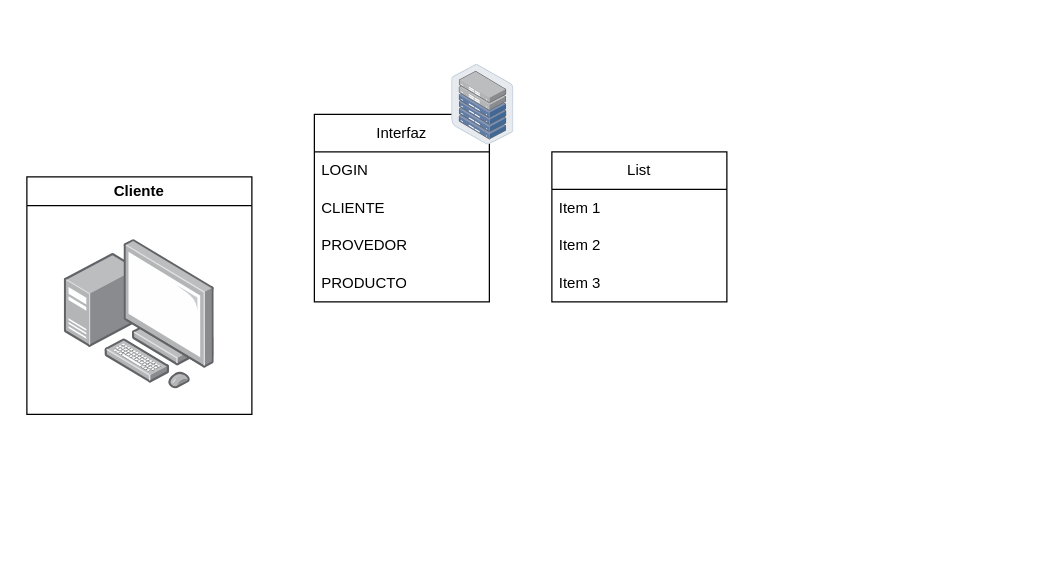
GonzaloAdami/YoProgramo2022 keeps this draw.io diagram as ArquitecturaWeb.drawio. Above is the earlier version. Source tidied: cells renumbered, new cells numbered last; positions are measured from the earlier drawing's top-left corner, leaving out a move shared by most shapes. Both pictures are drawn from the tidied source at 125%, with x=0, y=0 at pixel (26, 64). Pictures stored in the file or linked from it are replaced by grey dashed boxes.
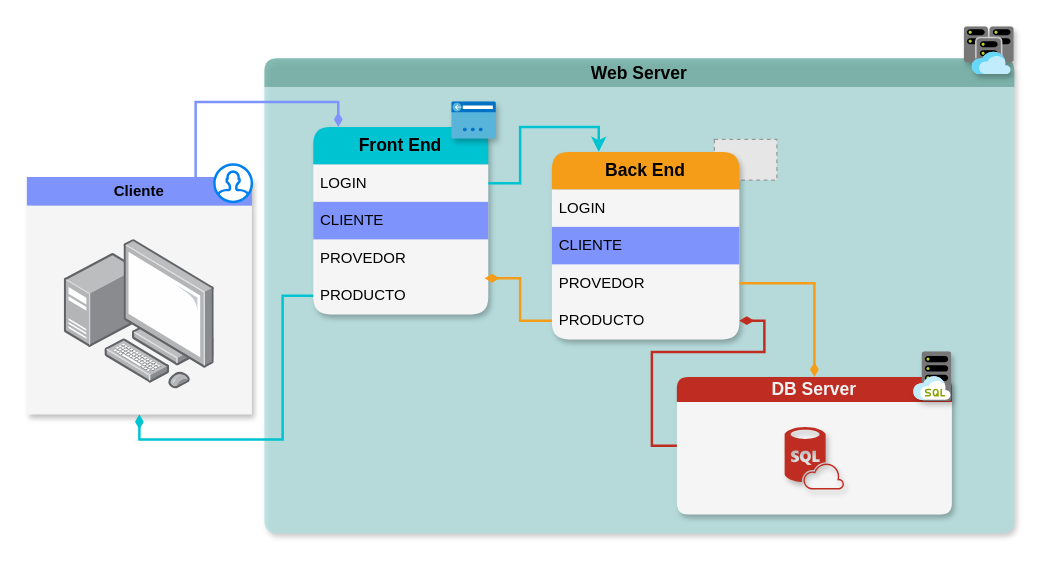
The same page after the edit.

The change refers to these unchanged cells:
```xml
<mxCell id="5" value="LOGIN" style="text;strokeColor=none;fillColor=none;align=left;verticalAlign=middle;spacingLeft=4;spacingRight=4;overflow=hidden;points=[[0,0.5],[1,0.5]];portConstraint=eastwest;whiteSpace=wrap;html=1;" parent="4" vertex="1">
  <mxGeometry y="30" width="140" height="30" as="geometry" />
</mxCell>
<mxCell id="8" value="PRODUCTO" style="text;strokeColor=none;fillColor=none;align=left;verticalAlign=middle;spacingLeft=4;spacingRight=4;overflow=hidden;points=[[0,0.5],[1,0.5]];portConstraint=eastwest;whiteSpace=wrap;html=1;" parent="4" vertex="1">
  <mxGeometry y="120" width="140" height="30" as="geometry" />
</mxCell>
```

The edit, as a diff of the source:
```diff
@@
-    <mxCell id="2" value="Cliente" style="swimlane;whiteSpace=wrap;html=1;" parent="1" vertex="1">
-      <mxGeometry y="90" width="180" height="190" as="geometry" />
-    </mxCell>
-    <mxCell id="3" style="html=1;align=center;shadow=0;dashed=0;image;image=img/lib/allied_telesis/computer_and_terminals/Personal_Computer_with_Server.svg;" parent="2" vertex="1">
-      <mxGeometry x="30" y="50" width="120" height="120" as="geometry" />
-    </mxCell>
+    <mxCell id="14" value="&lt;font style=&quot;font-size: 14px;&quot;&gt;Web Server&lt;/font&gt;" style="swimlane;whiteSpace=wrap;html=1;rounded=1;shadow=1;glass=0;sketch=0;swimlaneFillColor=#B1DEDE;opacity=80;fillColor=#67AB9F;strokeColor=none;startSize=23;" parent="1" vertex="1">
+      <mxGeometry x="190" y="-5" width="600" height="380" as="geometry" />
+    </mxCell>
+    <mxCell id="15" value="&lt;font style=&quot;font-size: 14px;&quot;&gt;DB Server&lt;/font&gt;" style="swimlane;whiteSpace=wrap;html=1;rounded=1;shadow=1;glass=0;sketch=0;strokeColor=none;fillColor=#BF2D22;startSize=20;swimlaneFillColor=#F5F5F5;fontColor=#F2F2F2;" parent="14" vertex="1">
+      <mxGeometry x="330" y="255" width="220" height="110" as="geometry" />
+    </mxCell>
+    <mxCell id="16" style="verticalLabelPosition=bottom;html=1;verticalAlign=top;align=center;strokeColor=none;fillColor=#BF2D22;shape=mxgraph.azure.sql_database_sql_azure;rounded=1;shadow=1;glass=0;sketch=0;" parent="15" vertex="1">
+      <mxGeometry x="86.2" y="40" width="47.5" height="50" as="geometry" />
+    </mxCell>
+    <mxCell id="17" style="sketch=0;html=1;align=center;image;fontSize=12;image=img/lib/mscae/SQL_Managed_Instances.svg;rounded=1;shadow=1;glass=0;strokeColor=#67AB9F;strokeWidth=2;fontColor=#F2F2F2;fillColor=#00C3D1;gradientColor=none;" parent="15" vertex="1">
+      <mxGeometry x="189.6" y="-20" width="30.4" height="40" as="geometry" />
+    </mxCell>
-    <mxCell id="4" value="Interfaz" style="swimlane;fontStyle=0;horizontal=1;startSize=30;whiteSpace=wrap;html=1;" parent="1" vertex="1">
-      <mxGeometry x="230" y="40" width="140" height="150" as="geometry" />
+    <mxCell id="4" value="&lt;font size=&quot;1&quot; style=&quot;vertical-align: inherit;&quot;&gt;&lt;b style=&quot;font-size: 14px;&quot;&gt;Front End&lt;/b&gt;&lt;/font&gt;" style="swimlane;fontStyle=0;horizontal=1;startSize=30;whiteSpace=wrap;html=1;fillColor=#00C3D1;strokeColor=none;rounded=1;shadow=1;swimlaneFillColor=#F5F5F5;" parent="14" vertex="1">
+      <mxGeometry x="39.1" y="55" width="140" height="150" as="geometry" />
     </mxCell>
@@
-    <mxCell id="6" value="CLIENTE" style="text;strokeColor=none;fillColor=none;align=left;verticalAlign=middle;spacingLeft=4;spacingRight=4;overflow=hidden;whiteSpace=wrap;html=1;" parent="4" vertex="1">
+    <mxCell id="6" value="CLIENTE" style="text;strokeColor=none;fillColor=#7E93FC;align=left;verticalAlign=middle;spacingLeft=4;spacingRight=4;overflow=hidden;whiteSpace=wrap;html=1;" parent="4" vertex="1">
       <mxGeometry y="60" width="140" height="30" as="geometry" />
     </mxCell>
@@
+    <mxCell id="18" style="sketch=0;html=1;align=center;image;fontSize=12;image=img/lib/mscae/Virtual_Clusters.svg;rounded=1;shadow=1;glass=0;strokeColor=#67AB9F;strokeWidth=2;fontColor=#F2F2F2;fillColor=#00C3D1;gradientColor=none;" parent="14" vertex="1">
+      <mxGeometry x="560" y="-25" width="40" height="38.4" as="geometry" />
+    </mxCell>
+    <mxCell id="19" style="sketch=0;html=1;align=center;image;fontSize=12;image=img/lib/mscae/ClassicIPAddress.svg;rounded=1;shadow=1;glass=0;strokeColor=#67AB9F;strokeWidth=2;fontColor=#F2F2F2;fillColor=#00C3D1;gradientColor=none;" parent="14" vertex="1">
+      <mxGeometry x="150" y="35" width="35.7" height="30" as="geometry" />
+    </mxCell>
+    <mxCell id="20" style="fillColor=#E6E6E6;strokeColor=#999999;dashed=1;verticalLabelPosition=bottom;labelBackgroundColor=#ffffff;verticalAlign=top;fontSize=14;fontColor=#F2F2F2;" parent="14" vertex="1">
+      <mxGeometry x="360" y="65" width="50" height="32.5" as="geometry" />
+    </mxCell>
-    <mxCell id="9" value="List" style="swimlane;fontStyle=0;horizontal=1;startSize=30;whiteSpace=wrap;html=1;" parent="1" vertex="1">
-      <mxGeometry x="420" y="70" width="140" height="120" as="geometry" />
+    <mxCell id="9" value="&lt;b&gt;&lt;font style=&quot;font-size: 14px;&quot;&gt;Back End&lt;/font&gt;&lt;/b&gt;" style="swimlane;fontStyle=0;horizontal=1;startSize=30;whiteSpace=wrap;html=1;fillColor=#F59D18;strokeColor=none;swimlaneFillColor=#F5F5F5;shadow=1;rounded=1;" parent="1" vertex="1">
+      <mxGeometry x="420" y="70" width="150" height="150" as="geometry" />
     </mxCell>
-    <mxCell id="10" value="Item 1" style="text;strokeColor=none;fillColor=none;align=left;verticalAlign=middle;spacingLeft=4;spacingRight=4;overflow=hidden;whiteSpace=wrap;html=1;" parent="9" vertex="1">
-      <mxGeometry y="30" width="140" height="30" as="geometry" />
+    <mxCell id="10" value="LOGIN" style="text;strokeColor=none;fillColor=none;align=left;verticalAlign=middle;spacingLeft=4;spacingRight=4;overflow=hidden;whiteSpace=wrap;html=1;" parent="9" vertex="1">
+      <mxGeometry y="30" width="150" height="30" as="geometry" />
     </mxCell>
-    <mxCell id="11" value="Item 2" style="text;strokeColor=none;fillColor=none;align=left;verticalAlign=middle;spacingLeft=4;spacingRight=4;overflow=hidden;whiteSpace=wrap;html=1;" parent="9" vertex="1">
-      <mxGeometry y="60" width="140" height="30" as="geometry" />
+    <mxCell id="11" value="CLIENTE" style="text;strokeColor=none;fillColor=#7E93FC;align=left;verticalAlign=middle;spacingLeft=4;spacingRight=4;overflow=hidden;whiteSpace=wrap;html=1;" parent="9" vertex="1">
+      <mxGeometry y="60" width="150" height="30" as="geometry" />
     </mxCell>
-    <mxCell id="12" value="Item 3" style="text;strokeColor=none;fillColor=none;align=left;verticalAlign=middle;spacingLeft=4;spacingRight=4;overflow=hidden;points=[[0,0.5],[1,0.5]];portConstraint=eastwest;whiteSpace=wrap;html=1;" parent="9" vertex="1">
-      <mxGeometry y="90" width="140" height="30" as="geometry" />
+    <mxCell id="12" value="PROVEDOR" style="text;strokeColor=none;fillColor=none;align=left;verticalAlign=middle;spacingLeft=4;spacingRight=4;overflow=hidden;points=[[0,0.5],[1,0.5]];portConstraint=eastwest;whiteSpace=wrap;html=1;" parent="9" vertex="1">
+      <mxGeometry y="90" width="150" height="30" as="geometry" />
     </mxCell>
-    <mxCell id="13" style="html=1;align=center;shadow=0;dashed=0;image;image=img/lib/allied_telesis/storage/Datacenter_Server_Half_Rack_ToR.svg;" parent="1" vertex="1">
-      <mxGeometry x="340" width="49.7" height="64.6" as="geometry" />
-    </mxCell>
+    <mxCell id="21" value="PRODUCTO" style="text;strokeColor=none;fillColor=none;align=left;verticalAlign=middle;spacingLeft=4;spacingRight=4;overflow=hidden;points=[[0,0.5],[1,0.5]];portConstraint=eastwest;whiteSpace=wrap;html=1;" parent="9" vertex="1">
+      <mxGeometry y="120" width="150" height="30" as="geometry" />
+    </mxCell>
+    <mxCell id="22" style="edgeStyle=orthogonalEdgeStyle;rounded=0;jettySize=auto;html=1;exitX=0.75;exitY=0;exitDx=0;exitDy=0;entryX=0.143;entryY=0;entryDx=0;entryDy=0;entryPerimeter=0;fontSize=14;fontColor=#F2F2F2;endArrow=diamondThin;endFill=1;strokeColor=#7E93FC;strokeWidth=2;" parent="1" edge="1" source="2" target="4">
+      <mxGeometry relative="1" as="geometry">
+        <Array as="points">
+          <mxPoint x="135" y="30" />
+          <mxPoint x="250" y="30" />
+        </Array>
+      </mxGeometry>
+    </mxCell>
+    <mxCell id="2" value="Cliente" style="swimlane;whiteSpace=wrap;html=1;fillColor=#7E93FC;strokeColor=none;shadow=1;rounded=0;glass=0;gradientColor=none;swimlaneFillColor=#F5F5F5;" parent="1" vertex="1">
+      <mxGeometry y="90" width="180" height="190" as="geometry" />
+    </mxCell>
+    <mxCell id="3" style="html=1;align=center;shadow=0;dashed=0;image;image=img/lib/allied_telesis/computer_and_terminals/Personal_Computer_with_Server.svg;" parent="2" vertex="1">
+      <mxGeometry x="30" y="50" width="120" height="120" as="geometry" />
+    </mxCell>
+    <mxCell id="23" style="html=1;verticalLabelPosition=bottom;align=center;labelBackgroundColor=#ffffff;verticalAlign=top;strokeWidth=2;strokeColor=#0080F0;shadow=0;dashed=0;shape=mxgraph.ios7.icons.user;rounded=1;glass=0;sketch=0;fontSize=14;fontColor=#F2F2F2;fillColor=#FFFFFF;gradientColor=none;" parent="2" vertex="1">
+      <mxGeometry x="150" y="-10" width="30" height="30" as="geometry" />
+    </mxCell>
+    <mxCell id="24" style="edgeStyle=orthogonalEdgeStyle;rounded=0;jettySize=auto;html=1;exitX=1;exitY=0.5;exitDx=0;exitDy=0;entryX=0.25;entryY=0;entryDx=0;entryDy=0;fontSize=14;fontColor=#F2F2F2;strokeColor=#00C3D1;strokeWidth=2;" parent="1" edge="1" source="5" target="9">
+      <mxGeometry relative="1" as="geometry" />
+    </mxCell>
+    <mxCell id="25" style="edgeStyle=orthogonalEdgeStyle;rounded=0;jettySize=auto;html=1;exitX=1;exitY=0.5;exitDx=0;exitDy=0;entryX=0.5;entryY=0;entryDx=0;entryDy=0;fontSize=14;fontColor=#F2F2F2;strokeColor=#F59D18;strokeWidth=2;endArrow=diamondThin;endFill=1;" parent="1" edge="1" source="12" target="15">
+      <mxGeometry relative="1" as="geometry" />
+    </mxCell>
+    <mxCell id="26" style="edgeStyle=orthogonalEdgeStyle;rounded=0;jettySize=auto;html=1;exitX=0;exitY=0.5;exitDx=0;exitDy=0;fontSize=14;fontColor=#F2F2F2;strokeColor=#BF2D22;strokeWidth=2;endArrow=diamondThin;endFill=1;" parent="1" edge="1" source="15" target="21">
+      <mxGeometry relative="1" as="geometry" />
+    </mxCell>
+    <mxCell id="27" style="edgeStyle=orthogonalEdgeStyle;rounded=0;jettySize=auto;html=1;exitX=0;exitY=0.5;exitDx=0;exitDy=0;entryX=0.979;entryY=0.037;entryDx=0;entryDy=0;entryPerimeter=0;fontSize=14;fontColor=#F2F2F2;strokeColor=#F59D18;strokeWidth=2;endArrow=diamondThin;endFill=1;" parent="1" edge="1" source="21" target="8">
+      <mxGeometry relative="1" as="geometry" />
+    </mxCell>
+    <mxCell id="28" style="edgeStyle=orthogonalEdgeStyle;rounded=0;jettySize=auto;html=1;exitX=0;exitY=0.5;exitDx=0;exitDy=0;entryX=0.5;entryY=1;entryDx=0;entryDy=0;fontSize=14;fontColor=#F2F2F2;strokeColor=#00C3D1;strokeWidth=2;endArrow=diamondThin;endFill=1;" parent="1" edge="1" source="8" target="2">
+      <mxGeometry relative="1" as="geometry" />
+    </mxCell>
```
